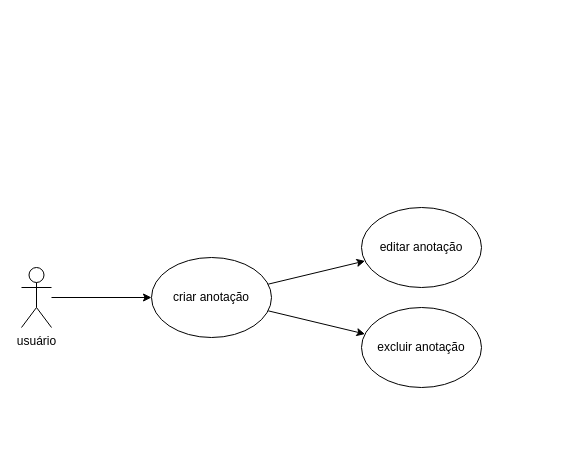
This is Anote - Diagramas.drawio from uelquis/app-notas, a draw.io file, before an edit. Source tidied: cells renumbered, new cells numbered last; positions are measured from the earlier drawing's top-left corner, leaving out a move shared by most shapes. Both pictures are drawn from the tidied source at 100%, with x=0, y=0 at pixel (21, 207).
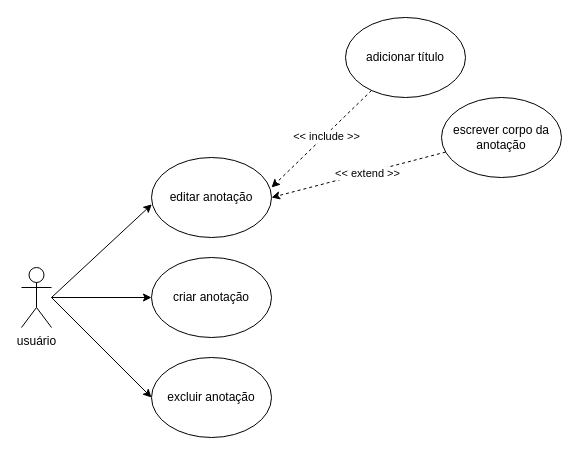
Above is the later version.

Change to the diagram source:
```diff
@@
 <mxGraphModel>
   <root>
     <mxCell id="0" />
     <mxCell id="1" parent="0" />
     <mxCell id="2" style="edgeStyle=orthogonalEdgeStyle;rounded=0;jettySize=auto;html=1;" parent="1" edge="1" source="3" target="6">
       <mxGeometry relative="1" as="geometry" />
     </mxCell>
+    <mxCell id="9" style="rounded=0;jettySize=auto;html=1;entryX=0;entryY=0.5;entryDx=0;entryDy=0;" parent="1" edge="1" target="8">
+      <mxGeometry relative="1" as="geometry">
+        <mxPoint x="30" y="90" as="sourcePoint" />
+      </mxGeometry>
+    </mxCell>
     <mxCell id="3" value="usuário" style="shape=umlActor;verticalLabelPosition=bottom;verticalAlign=top;html=1;outlineConnect=0;" parent="1" vertex="1">
       <mxGeometry y="60" width="30" height="60" as="geometry" />
     </mxCell>
-    <mxCell id="4" style="rounded=0;jettySize=auto;html=1;" parent="1" edge="1" source="6" target="7">
-      <mxGeometry relative="1" as="geometry" />
-    </mxCell>
-    <mxCell id="5" style="rounded=0;jettySize=auto;html=1;" parent="1" edge="1" source="6" target="8">
-      <mxGeometry relative="1" as="geometry" />
-    </mxCell>
     <mxCell id="6" value="criar anotação" style="ellipse;whiteSpace=wrap;html=1;" parent="1" vertex="1">
       <mxGeometry x="130" y="50" width="120" height="80" as="geometry" />
     </mxCell>
     <mxCell id="7" value="editar anotação" style="ellipse;whiteSpace=wrap;html=1;" parent="1" vertex="1">
-      <mxGeometry x="340" width="120" height="80" as="geometry" />
+      <mxGeometry x="130" y="-50" width="120" height="80" as="geometry" />
     </mxCell>
     <mxCell id="8" value="excluir&amp;nbsp;&lt;span style=&quot;background-color: transparent; color: light-dark(rgb(0, 0, 0), rgb(255, 255, 255));&quot;&gt;anotação&lt;/span&gt;" style="ellipse;whiteSpace=wrap;html=1;" parent="1" vertex="1">
-      <mxGeometry x="340" y="100" width="120" height="80" as="geometry" />
+      <mxGeometry x="130" y="150" width="120" height="80" as="geometry" />
     </mxCell>
+    <mxCell id="10" style="rounded=0;jettySize=auto;html=1;entryX=0.003;entryY=0.585;entryDx=0;entryDy=0;entryPerimeter=0;" parent="1" edge="1" target="7">
+      <mxGeometry relative="1" as="geometry">
+        <mxPoint x="30" y="90" as="sourcePoint" />
+      </mxGeometry>
+    </mxCell>
+    <mxCell id="11" value="adicionar título" style="ellipse;whiteSpace=wrap;html=1;" parent="1" vertex="1">
+      <mxGeometry x="324" y="-190" width="120" height="80" as="geometry" />
+    </mxCell>
+    <mxCell id="12" style="rounded=0;jettySize=auto;html=1;dashed=1;" parent="1" edge="1" source="11">
+      <mxGeometry relative="1" as="geometry">
+        <mxPoint x="250" y="-20" as="targetPoint" />
+      </mxGeometry>
+    </mxCell>
+    <mxCell id="13" value="&amp;lt;&amp;lt; include &amp;gt;&amp;gt;" style="edgeLabel;html=1;align=center;verticalAlign=middle;" parent="12" vertex="1">
+      <mxGeometry x="-0.07" y="1" relative="1" as="geometry" />
+    </mxCell>
+    <mxCell id="14" value="escrever corpo da anotação" style="ellipse;whiteSpace=wrap;html=1;" parent="1" vertex="1">
+      <mxGeometry x="420" y="-110" width="120" height="80" as="geometry" />
+    </mxCell>
+    <mxCell id="15" style="rounded=0;jettySize=auto;html=1;entryX=1;entryY=0.5;entryDx=0;entryDy=0;dashed=1;" parent="1" edge="1" source="14" target="7">
+      <mxGeometry relative="1" as="geometry" />
+    </mxCell>
+    <mxCell id="16" value="&amp;lt;&amp;lt; extend &amp;gt;&amp;gt;" style="edgeLabel;html=1;align=center;verticalAlign=middle;" parent="15" vertex="1">
+      <mxGeometry x="-0.1" relative="1" as="geometry" />
+    </mxCell>
   </root>
 </mxGraphModel>
```
